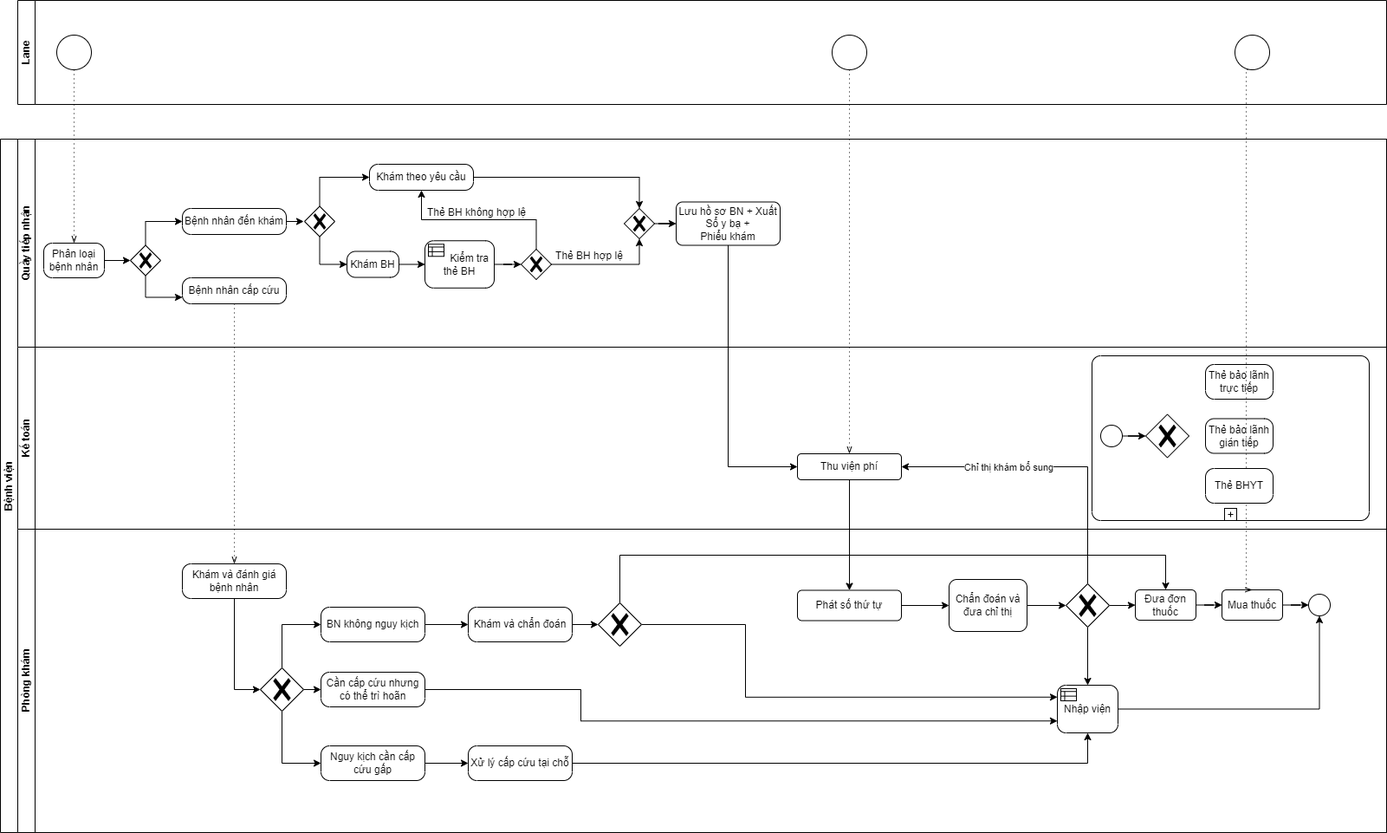
Before: Quytrinhkhambenh.png, a diagram exported from draw.io (trangnguyen167/BPMN-Quy-tr-nh-kh-m-b-nh). Source tidied: cells renumbered, new cells last; positions are measured from the earlier drawing's top-left corner, leaving out a move shared by most shapes.
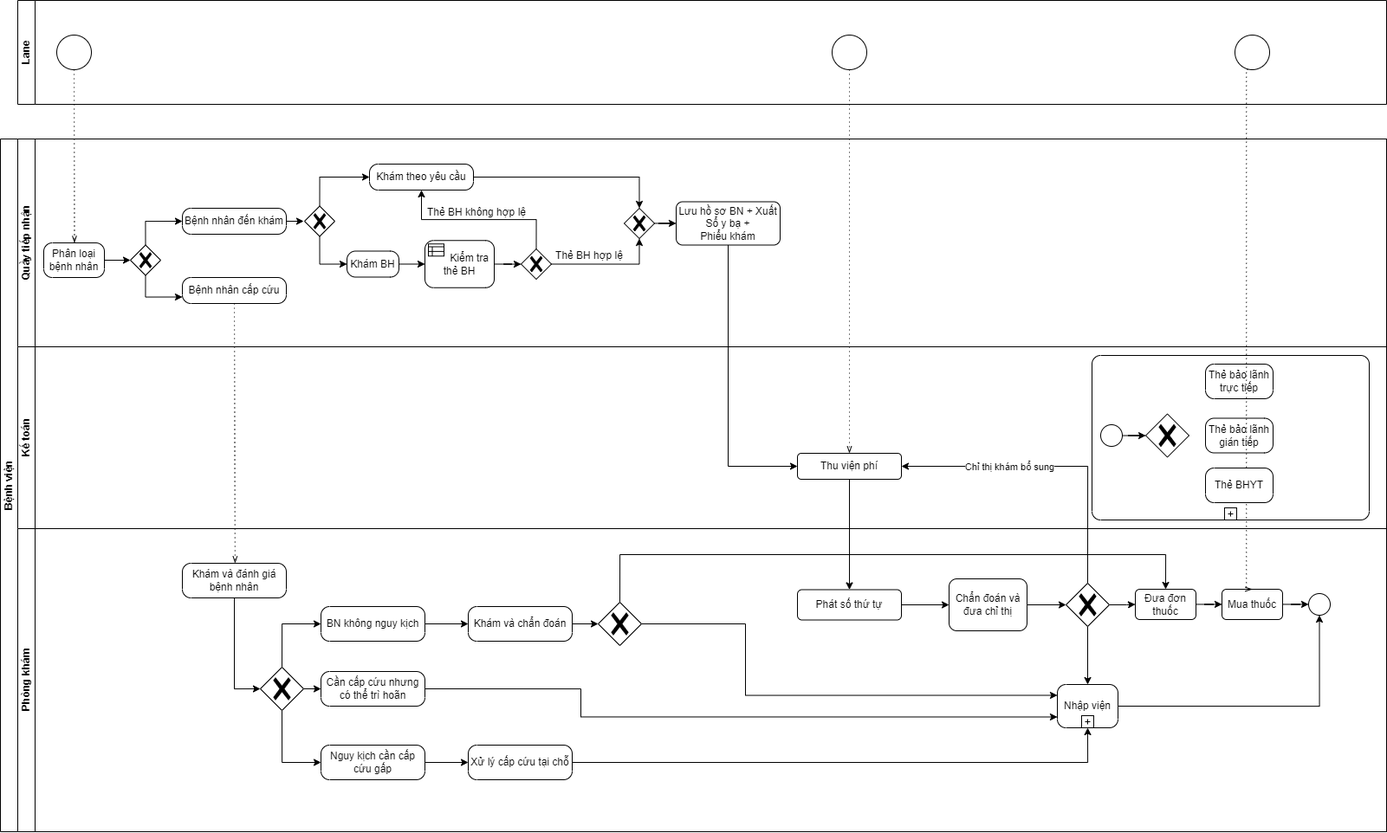
The same diagram one commit later.

Commit message:
Update Subprocess thanh toan.png

The edit, as a diff of the source:
```diff
@@ -156,8 +156,10 @@
     <mxCell id="51" style="edgeStyle=orthogonalEdgeStyle;rounded=0;jettySize=auto;html=1;" parent="44" edge="1" source="53" target="55">
       <mxGeometry relative="1" as="geometry" />
     </mxCell>
-    <mxCell id="52" style="edgeStyle=orthogonalEdgeStyle;rounded=0;jettySize=auto;html=1;entryX=0.5;entryY=0;entryDx=0;entryDy=0;entryPerimeter=0;" parent="44" edge="1" source="53" target="73">
-      <mxGeometry relative="1" as="geometry" />
+    <mxCell id="52" style="edgeStyle=orthogonalEdgeStyle;rounded=0;jettySize=auto;html=1;entryX=0.5;entryY=0;entryDx=0;entryDy=0;entryPerimeter=0;" parent="44" edge="1" source="53">
+      <mxGeometry relative="1" as="geometry">
+        <mxPoint x="1235" y="180" as="targetPoint" />
+      </mxGeometry>
     </mxCell>
     <mxCell id="53" style="points=[[0.25,0.25,0],[0.5,0,0],[0.75,0.25,0],[1,0.5,0],[0.75,0.75,0],[0.5,1,0],[0.25,0.75,0],[0,0.5,0]];shape=mxgraph.bpmn.gateway2;html=1;verticalLabelPosition=bottom;labelBackgroundColor=#ffffff;verticalAlign=top;align=center;perimeter=rhombusPerimeter;outlineConnect=0;outline=none;symbol=none;gwType=exclusive;" parent="44" vertex="1">
       <mxGeometry x="1210" y="63" width="50" height="50" as="geometry" />
@@ -213,7 +215,7 @@
       <mxGeometry relative="1" as="geometry">
         <Array as="points">
           <mxPoint x="840" y="110" />
-          <mxPoint x="840" y="194" />
+          <mxPoint x="840" y="193" />
         </Array>
       </mxGeometry>
     </mxCell>
@@ -224,19 +226,16 @@
       <mxGeometry relative="1" as="geometry">
         <Array as="points">
           <mxPoint x="650" y="185" />
-          <mxPoint x="650" y="221" />
+          <mxPoint x="650" y="218" />
         </Array>
       </mxGeometry>
     </mxCell>
     <mxCell id="71" value="Cần cấp cứu nhưng có thể trì hoãn" style="points=[[0.25,0,0],[0.5,0,0],[0.75,0,0],[1,0.25,0],[1,0.5,0],[1,0.75,0],[0.75,1,0],[0.5,1,0],[0.25,1,0],[0,0.75,0],[0,0.5,0],[0,0.25,0]];shape=mxgraph.bpmn.task;whiteSpace=wrap;rectStyle=rounded;size=10;html=1;taskMarker=abstract;" parent="44" vertex="1">
       <mxGeometry x="350" y="165" width="120" height="40" as="geometry" />
     </mxCell>
-    <mxCell id="72" style="edgeStyle=orthogonalEdgeStyle;rounded=0;jettySize=auto;html=1;exitX=1;exitY=0.5;exitDx=0;exitDy=0;exitPerimeter=0;entryX=0.5;entryY=1;entryDx=0;entryDy=0;" parent="44" edge="1" source="73" target="58">
+    <mxCell id="72" style="edgeStyle=orthogonalEdgeStyle;rounded=0;jettySize=auto;html=1;exitX=1;exitY=0.5;exitDx=0;exitDy=0;exitPerimeter=0;entryX=0.5;entryY=1;entryDx=0;entryDy=0;startArrow=none;" parent="44" edge="1" source="73" target="58">
       <mxGeometry relative="1" as="geometry" />
     </mxCell>
-    <mxCell id="73" value="Nhập viện" style="points=[[0.25,0,0],[0.5,0,0],[0.75,0,0],[1,0.25,0],[1,0.5,0],[1,0.75,0],[0.75,1,0],[0.5,1,0],[0.25,1,0],[0,0.75,0],[0,0.5,0],[0,0.25,0]];shape=mxgraph.bpmn.task;whiteSpace=wrap;rectStyle=rounded;size=10;html=1;taskMarker=businessRule;" parent="44" vertex="1">
-      <mxGeometry x="1200" y="180" width="70" height="55" as="geometry" />
-    </mxCell>
     <mxCell id="74" style="edgeStyle=orthogonalEdgeStyle;rounded=0;jettySize=auto;html=1;" parent="44" edge="1" source="75" target="77">
       <mxGeometry relative="1" as="geometry" />
     </mxCell>
@@ -249,6 +248,9 @@
     <mxCell id="77" value="Xử lý cấp cứu tại chỗ" style="points=[[0.25,0,0],[0.5,0,0],[0.75,0,0],[1,0.25,0],[1,0.5,0],[1,0.75,0],[0.75,1,0],[0.5,1,0],[0.25,1,0],[0,0.75,0],[0,0.5,0],[0,0.25,0]];shape=mxgraph.bpmn.task;whiteSpace=wrap;rectStyle=rounded;size=10;html=1;taskMarker=abstract;" parent="44" vertex="1">
       <mxGeometry x="520" y="250" width="120" height="40" as="geometry" />
     </mxCell>
+    <mxCell id="73" value="Nhập viện" style="points=[[0.25,0,0],[0.5,0,0],[0.75,0,0],[1,0.25,0],[1,0.5,0],[1,0.75,0],[0.75,1,0],[0.5,1,0],[0.25,1,0],[0,0.75,0],[0,0.5,0],[0,0.25,0]];shape=mxgraph.bpmn.task;whiteSpace=wrap;rectStyle=rounded;size=10;html=1;taskMarker=abstract;isLoopSub=1;" parent="44" vertex="1">
+      <mxGeometry x="1200" y="180" width="70" height="50" as="geometry" />
+    </mxCell>
     <mxCell id="78" value="Lane" style="swimlane;startSize=20;horizontal=0;html=1;whiteSpace=wrap;" parent="1" vertex="1">
       <mxGeometry x="20" width="1580" height="120" as="geometry" />
     </mxCell>
```
